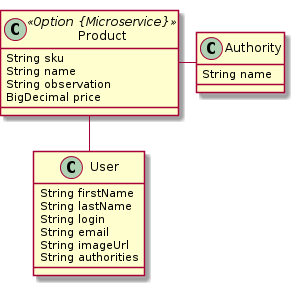
General-Studies/jhipster-microservices keeps this PlantUML diagram as store/store.png. Above is the earlier version.
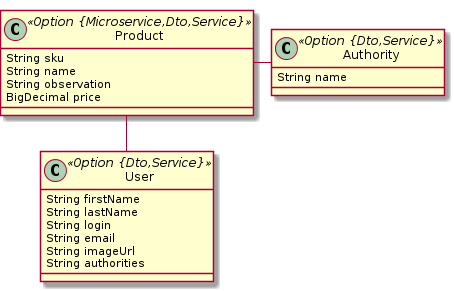
The same file after the commit.

Commit message:
updated store entity resources

The edit, as a diff of the source:
```diff
@@ -1,16 +1,16 @@
 @startuml
 	!pragma graphviz_dot jdot
 	!pragma syntax class
-	class Product <<Option {Microservice}>> {
+	class Product <<Option {Microservice,Dto,Service}>> {
 		String sku
 		String name
 		String observation
 		BigDecimal price
 	}
-	class Authority  {
+	class Authority <<Option {Dto,Service}>> {
 		String name
 	}
-	class User  {
+	class User <<Option {Dto,Service}>> {
 		String firstName
 		String lastName
 		String login
```
